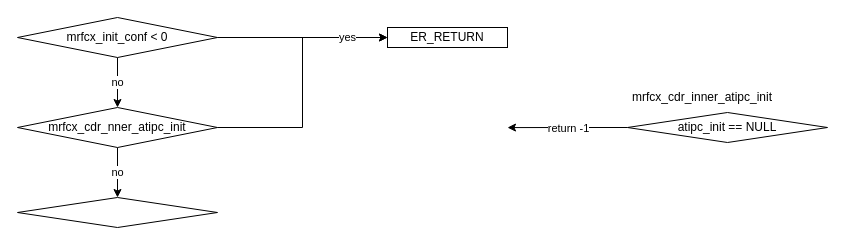
This is RFC.drawio from JaeHyeon774/NEWTIL, a draw.io file, before an edit. Source tidied: cells renumbered, new cells numbered last; positions are measured from the earlier drawing's top-left corner, leaving out a move shared by most shapes. Both pictures are drawn from the tidied source at 100%, with x=0, y=0 at pixel (17, 17).
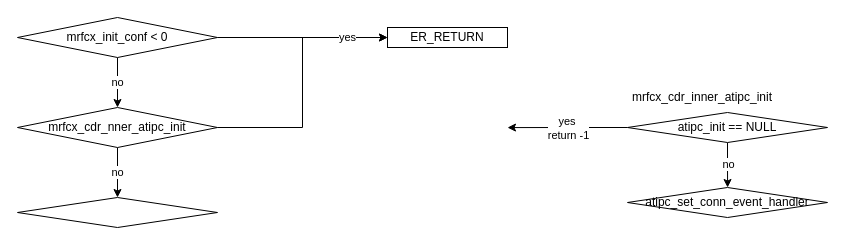
The same page after the edit.

Diff of the diagram source:
```diff
@@
 <mxGraphModel>
   <root>
     <mxCell id="0" />
     <mxCell id="1" parent="0" />
     <mxCell id="2" value="no" style="edgeStyle=orthogonalEdgeStyle;rounded=0;jettySize=auto;html=1;exitX=0.5;exitY=1;exitDx=0;exitDy=0;entryX=0.5;entryY=0;entryDx=0;entryDy=0;" parent="1" edge="1" source="3" target="8">
       <mxGeometry relative="1" as="geometry" />
     </mxCell>
     <mxCell id="3" value="mrfcx_init_conf &amp;lt; 0" style="rhombus;whiteSpace=wrap;html=1;" parent="1" vertex="1">
       <mxGeometry width="200" height="40" as="geometry" />
     </mxCell>
     <mxCell id="4" value="ER_RETURN" style="rounded=0;whiteSpace=wrap;html=1;" parent="1" vertex="1">
       <mxGeometry x="370" y="10" width="120" height="20" as="geometry" />
     </mxCell>
     <mxCell id="5" value="yes" style="edgeStyle=orthogonalEdgeStyle;rounded=0;jettySize=auto;html=1;exitX=1;exitY=0.5;exitDx=0;exitDy=0;entryX=0;entryY=0.5;entryDx=0;entryDy=0;" parent="1" edge="1" source="3" target="4">
       <mxGeometry x="0.53" relative="1" as="geometry" />
     </mxCell>
     <mxCell id="6" value="yes" style="edgeStyle=orthogonalEdgeStyle;rounded=0;jettySize=auto;html=1;exitX=1;exitY=0.5;exitDx=0;exitDy=0;entryX=0;entryY=0.5;entryDx=0;entryDy=0;" parent="1" edge="1" source="8" target="4">
       <mxGeometry x="0.69" relative="1" as="geometry" />
     </mxCell>
     <mxCell id="7" value="no" style="edgeStyle=orthogonalEdgeStyle;rounded=0;jettySize=auto;html=1;exitX=0.5;exitY=1;exitDx=0;exitDy=0;" parent="1" edge="1" source="8">
       <mxGeometry relative="1" as="geometry">
         <mxPoint x="100" y="180" as="targetPoint" />
       </mxGeometry>
     </mxCell>
     <mxCell id="8" value="mrfcx_cdr_nner_atipc_init" style="rhombus;whiteSpace=wrap;html=1;" parent="1" vertex="1">
       <mxGeometry y="90" width="200" height="40" as="geometry" />
     </mxCell>
     <mxCell id="9" style="rhombus;whiteSpace=wrap;html=1;" parent="1" vertex="1">
       <mxGeometry y="180" width="200" height="30" as="geometry" />
     </mxCell>
-    <mxCell id="10" value="return -1" style="edgeStyle=orthogonalEdgeStyle;rounded=0;jettySize=auto;html=1;exitX=0;exitY=0.5;exitDx=0;exitDy=0;" parent="1" edge="1" source="11">
+    <mxCell id="10" value="yes&amp;nbsp;&lt;div&gt;return -1&lt;/div&gt;" style="edgeStyle=orthogonalEdgeStyle;rounded=0;jettySize=auto;html=1;exitX=0;exitY=0.5;exitDx=0;exitDy=0;" parent="1" edge="1" source="11">
       <mxGeometry relative="1" as="geometry">
         <mxPoint x="490" y="110.1" as="targetPoint" />
       </mxGeometry>
     </mxCell>
+    <mxCell id="13" value="no" style="edgeStyle=orthogonalEdgeStyle;rounded=0;jettySize=auto;html=1;exitX=0.5;exitY=1;exitDx=0;exitDy=0;" parent="1" edge="1" source="11">
+      <mxGeometry relative="1" as="geometry">
+        <mxPoint x="710.1" y="170" as="targetPoint" />
+      </mxGeometry>
+    </mxCell>
     <mxCell id="11" value="atipc_init == NULL" style="rhombus;whiteSpace=wrap;html=1;" parent="1" vertex="1">
       <mxGeometry x="610" y="95" width="200" height="30" as="geometry" />
     </mxCell>
     <mxCell id="12" value="mrfcx_cdr_inner_atipc_init" style="text;html=1;align=center;verticalAlign=middle;whiteSpace=wrap;rounded=0;" parent="1" vertex="1">
       <mxGeometry x="610" y="70" width="150" height="20" as="geometry" />
     </mxCell>
+    <mxCell id="14" value="atipc_set_conn_event_handler" style="rhombus;whiteSpace=wrap;html=1;" parent="1" vertex="1">
+      <mxGeometry x="610" y="170" width="200" height="30" as="geometry" />
+    </mxCell>
   </root>
 </mxGraphModel>
```
